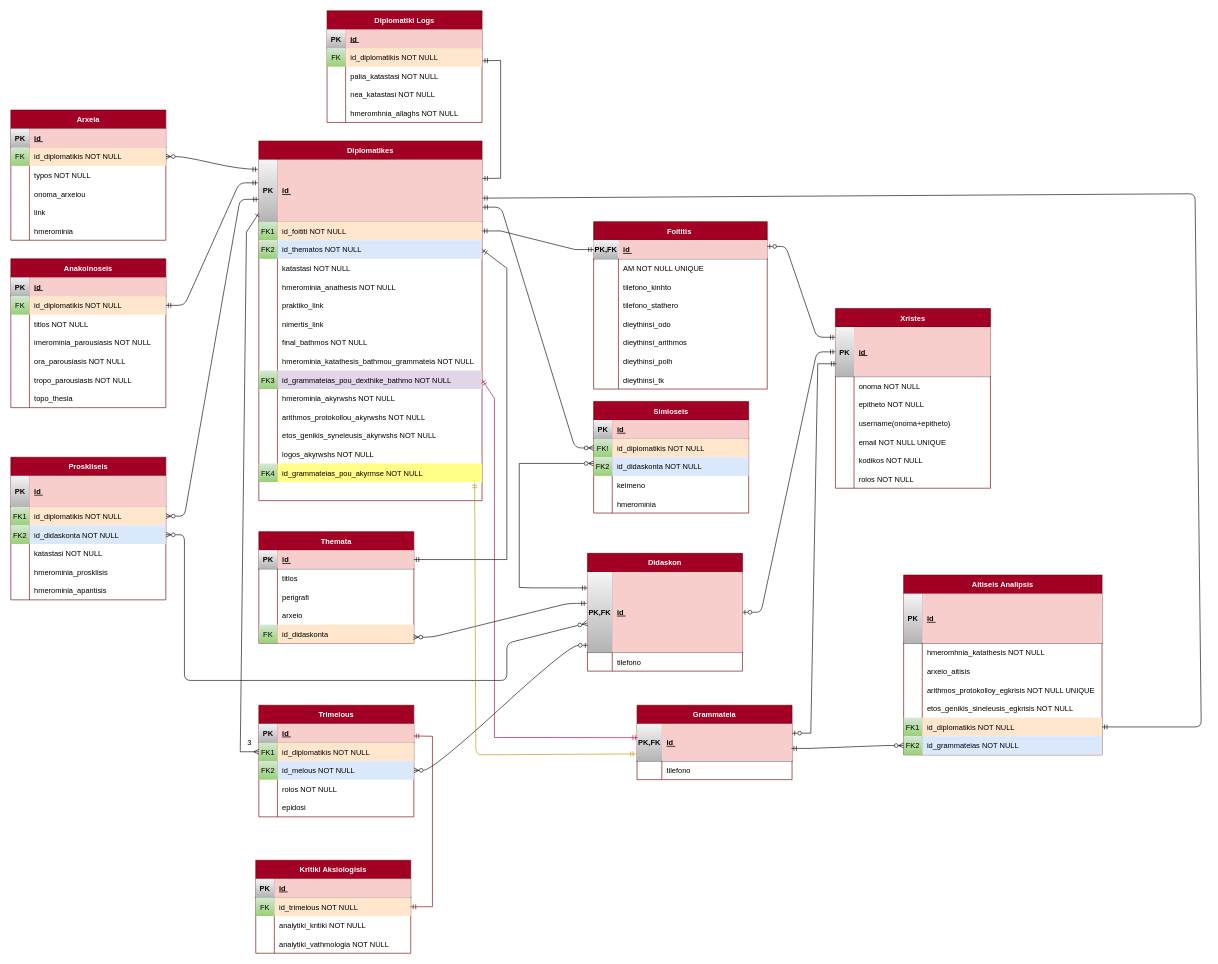
NikitasPapag/Web-Uni-Project-2025 keeps this draw.io diagram as BashDedomenwnProjectWebERVer5.drawio. Above is the earlier version. Source tidied: cells renumbered, new cells numbered last; positions are measured from the earlier drawing's top-left corner, leaving out a move shared by most shapes. Both pictures are drawn from the tidied source at 62%, with x=0, y=0 at pixel (11, 11).
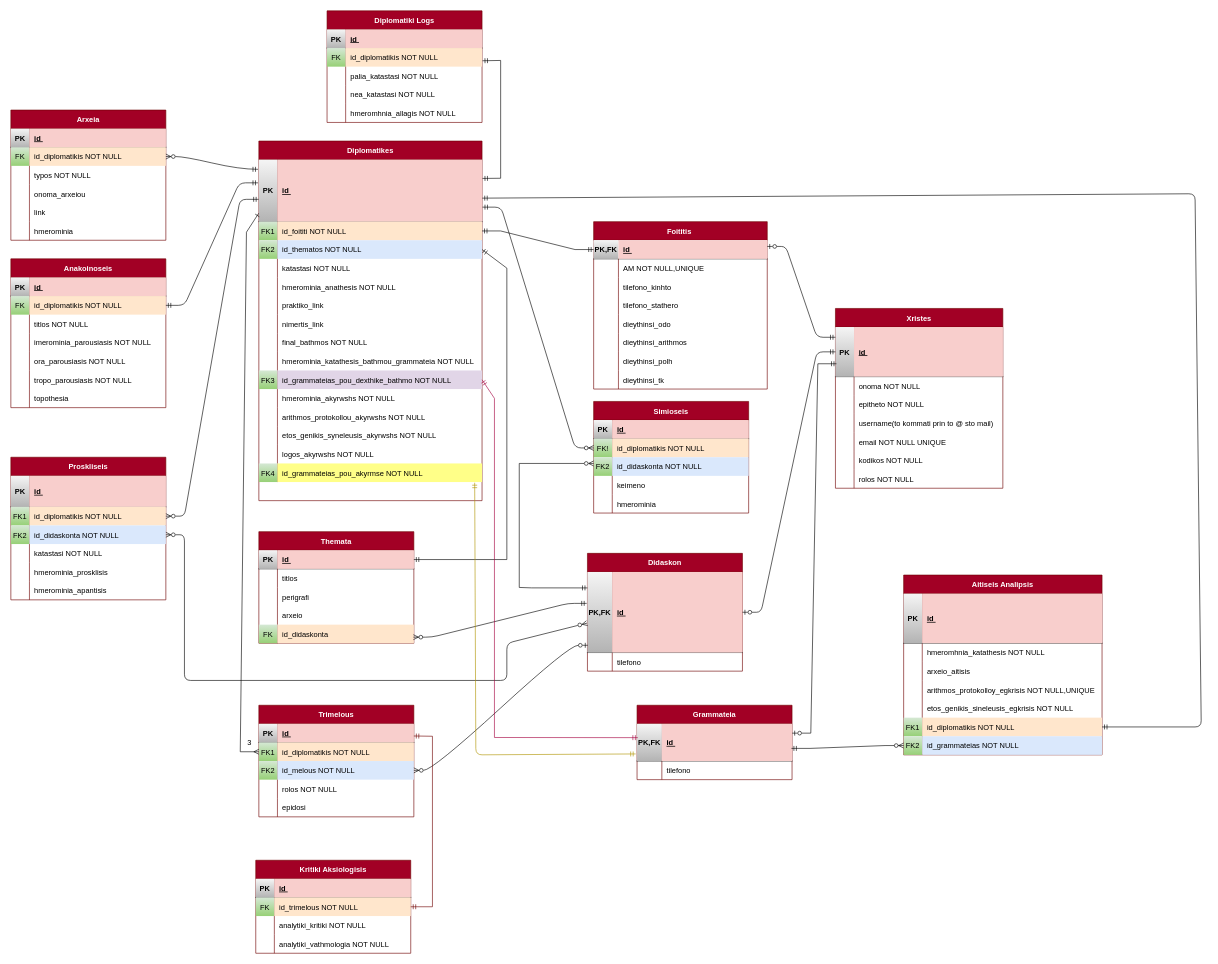
After the change.

Unchanged cells that the change refers to:
```xml
<mxCell id="156" style="shape=partialRectangle;fillColor=none;top=0;left=0;right=0;bottom=0;" parent="137" vertex="1">
  <mxGeometry y="210" width="250" height="30" as="geometry" />
</mxCell>
<mxCell id="163" style="shape=partialRectangle;fillColor=none;top=0;left=0;right=0;bottom=0;" parent="159" vertex="1">
  <mxGeometry y="60" width="280" height="30" as="geometry" />
</mxCell>
<mxCell id="239" style="shape=partialRectangle;fillColor=none;top=0;left=0;right=0;bottom=0;" parent="229" vertex="1">
  <mxGeometry y="170" width="320" height="30" as="geometry" />
</mxCell>
<mxCell id="271" style="shape=partialRectangle;fillColor=none;top=0;left=0;right=0;bottom=0;" parent="258" vertex="1">
  <mxGeometry y="150" width="250" height="30" as="geometry" />
</mxCell>
```

What changed in the source:
```diff
@@
     <mxCell id="18" value="Xristes" style="shape=table;startSize=30;childLayout=tableLayout;rowLines=0;fontStyle=1;align=center;fillColor=#a20025;fontColor=#ffffff;strokeColor=#6F0000;" parent="1" vertex="1">
-      <mxGeometry x="1330" y="480" width="250" height="290" as="geometry" />
+      <mxGeometry x="1330" y="480" width="270" height="290" as="geometry" />
     </mxCell>
     <mxCell id="19" style="shape=partialRectangle;fillColor=none;points=[[0,0.5],[1,0.5]];portConstraint=eastwest;top=0;left=0;right=0;bottom=1;" parent="18" vertex="1">
-      <mxGeometry y="30" width="250" height="80" as="geometry" />
+      <mxGeometry y="30" width="270" height="80" as="geometry" />
     </mxCell>
@@
     <mxCell id="21" value="id " style="shape=partialRectangle;overflow=hidden;fillColor=#f8cecc;top=0;left=0;bottom=0;right=0;align=left;spacingLeft=6;fontStyle=5;strokeColor=#b85450;" parent="19" vertex="1">
-      <mxGeometry x="30" width="220" height="80" as="geometry" />
+      <mxGeometry x="30" width="240" height="80" as="geometry" />
     </mxCell>
     <mxCell id="22" style="shape=partialRectangle;fillColor=none;top=0;left=0;right=0;bottom=0;" parent="18" vertex="1">
-      <mxGeometry y="110" width="250" height="30" as="geometry" />
+      <mxGeometry y="110" width="270" height="30" as="geometry" />
     </mxCell>
@@
     <mxCell id="24" value="onoma NOT NULL " style="shape=partialRectangle;overflow=hidden;fillColor=none;top=0;left=0;bottom=0;right=0;align=left;spacingLeft=6;" parent="22" vertex="1">
-      <mxGeometry x="30" width="220" height="30" as="geometry" />
+      <mxGeometry x="30" width="240" height="30" as="geometry" />
     </mxCell>
     <mxCell id="25" style="shape=partialRectangle;fillColor=none;top=0;left=0;right=0;bottom=0;" parent="18" vertex="1">
-      <mxGeometry y="140" width="250" height="30" as="geometry" />
+      <mxGeometry y="140" width="270" height="30" as="geometry" />
     </mxCell>
@@
     <mxCell id="27" value="epitheto NOT NULL" style="shape=partialRectangle;overflow=hidden;fillColor=none;top=0;left=0;bottom=0;right=0;align=left;spacingLeft=6;" parent="25" vertex="1">
-      <mxGeometry x="30" width="220" height="30" as="geometry" />
+      <mxGeometry x="30" width="240" height="30" as="geometry" />
     </mxCell>
     <mxCell id="28" style="shape=partialRectangle;fillColor=none;top=0;left=0;right=0;bottom=0;" parent="18" vertex="1">
-      <mxGeometry y="170" width="250" height="30" as="geometry" />
+      <mxGeometry y="170" width="270" height="30" as="geometry" />
     </mxCell>
@@
-    <mxCell id="30" value="username(onoma+epitheto) " style="shape=partialRectangle;overflow=hidden;fillColor=none;top=0;left=0;bottom=0;right=0;align=left;spacingLeft=6;" parent="28" vertex="1">
-      <mxGeometry x="30" width="220" height="30" as="geometry" />
+    <mxCell id="30" value="username(to kommati prin to @ sto mail) " style="shape=partialRectangle;overflow=hidden;fillColor=none;top=0;left=0;bottom=0;right=0;align=left;spacingLeft=6;" parent="28" vertex="1">
+      <mxGeometry x="30" width="240" height="30" as="geometry" />
     </mxCell>
     <mxCell id="31" style="shape=partialRectangle;fillColor=none;top=0;left=0;right=0;bottom=0;" parent="18" vertex="1">
-      <mxGeometry y="200" width="250" height="30" as="geometry" />
+      <mxGeometry y="200" width="270" height="30" as="geometry" />
     </mxCell>
@@
     <mxCell id="33" value="email NOT NULL UNIQUE" style="shape=partialRectangle;overflow=hidden;fillColor=none;top=0;left=0;bottom=0;right=0;align=left;spacingLeft=6;" parent="31" vertex="1">
-      <mxGeometry x="30" width="220" height="30" as="geometry" />
+      <mxGeometry x="30" width="240" height="30" as="geometry" />
     </mxCell>
     <mxCell id="34" style="shape=partialRectangle;fillColor=none;top=0;left=0;right=0;bottom=0;" parent="18" vertex="1">
-      <mxGeometry y="230" width="250" height="30" as="geometry" />
+      <mxGeometry y="230" width="270" height="30" as="geometry" />
     </mxCell>
@@
     <mxCell id="36" value="kodikos NOT NULL" style="shape=partialRectangle;overflow=hidden;fillColor=none;top=0;left=0;bottom=0;right=0;align=left;spacingLeft=6;" parent="34" vertex="1">
-      <mxGeometry x="30" width="220" height="30" as="geometry" />
+      <mxGeometry x="30" width="240" height="30" as="geometry" />
     </mxCell>
     <mxCell id="37" style="shape=partialRectangle;fillColor=none;top=0;left=0;right=0;bottom=0;" parent="18" vertex="1">
-      <mxGeometry y="260" width="250" height="30" as="geometry" />
+      <mxGeometry y="260" width="270" height="30" as="geometry" />
     </mxCell>
@@
     <mxCell id="39" value="rolos NOT NULL" style="shape=partialRectangle;overflow=hidden;fillColor=none;top=0;left=0;bottom=0;right=0;align=left;spacingLeft=6;" parent="37" vertex="1">
-      <mxGeometry x="30" width="220" height="30" as="geometry" />
+      <mxGeometry x="30" width="240" height="30" as="geometry" />
     </mxCell>
@@
-    <mxCell id="158" value="topo_thesia" style="shape=partialRectangle;overflow=hidden;fillColor=none;top=0;left=0;bottom=0;right=0;align=left;spacingLeft=6;" parent="156" vertex="1">
+    <mxCell id="158" value="topothesia" style="shape=partialRectangle;overflow=hidden;fillColor=none;top=0;left=0;bottom=0;right=0;align=left;spacingLeft=6;" parent="156" vertex="1">
       <mxGeometry x="30" width="220" height="30" as="geometry" />
     </mxCell>
@@
-    <mxCell id="165" value="AM NOT NULL UNIQUE" style="shape=partialRectangle;overflow=hidden;fillColor=none;top=0;left=0;bottom=0;right=0;align=left;spacingLeft=6;" parent="163" vertex="1">
+    <mxCell id="165" value="AM NOT NULL,UNIQUE" style="shape=partialRectangle;overflow=hidden;fillColor=none;top=0;left=0;bottom=0;right=0;align=left;spacingLeft=6;" parent="163" vertex="1">
       <mxGeometry x="40" width="240" height="30" as="geometry" />
     </mxCell>
@@
-    <mxCell id="241" value="arithmos_protokolloy_egkrisis NOT NULL UNIQUE" style="shape=partialRectangle;overflow=hidden;fillColor=none;top=0;left=0;bottom=0;right=0;align=left;spacingLeft=6;" parent="239" vertex="1">
+    <mxCell id="241" value="arithmos_protokolloy_egkrisis NOT NULL,UNIQUE" style="shape=partialRectangle;overflow=hidden;fillColor=none;top=0;left=0;bottom=0;right=0;align=left;spacingLeft=6;" parent="239" vertex="1">
       <mxGeometry x="30" width="290" height="30" as="geometry" />
     </mxCell>
@@
-    <mxCell id="273" value="hmeromhnia_allaghs NOT NULL" style="shape=partialRectangle;overflow=hidden;fillColor=none;top=0;left=0;bottom=0;right=0;align=left;spacingLeft=6;" parent="271" vertex="1">
+    <mxCell id="273" value="hmeromhnia_allagis NOT NULL" style="shape=partialRectangle;overflow=hidden;fillColor=none;top=0;left=0;bottom=0;right=0;align=left;spacingLeft=6;" parent="271" vertex="1">
       <mxGeometry x="30" width="220" height="30" as="geometry" />
     </mxCell>
```
